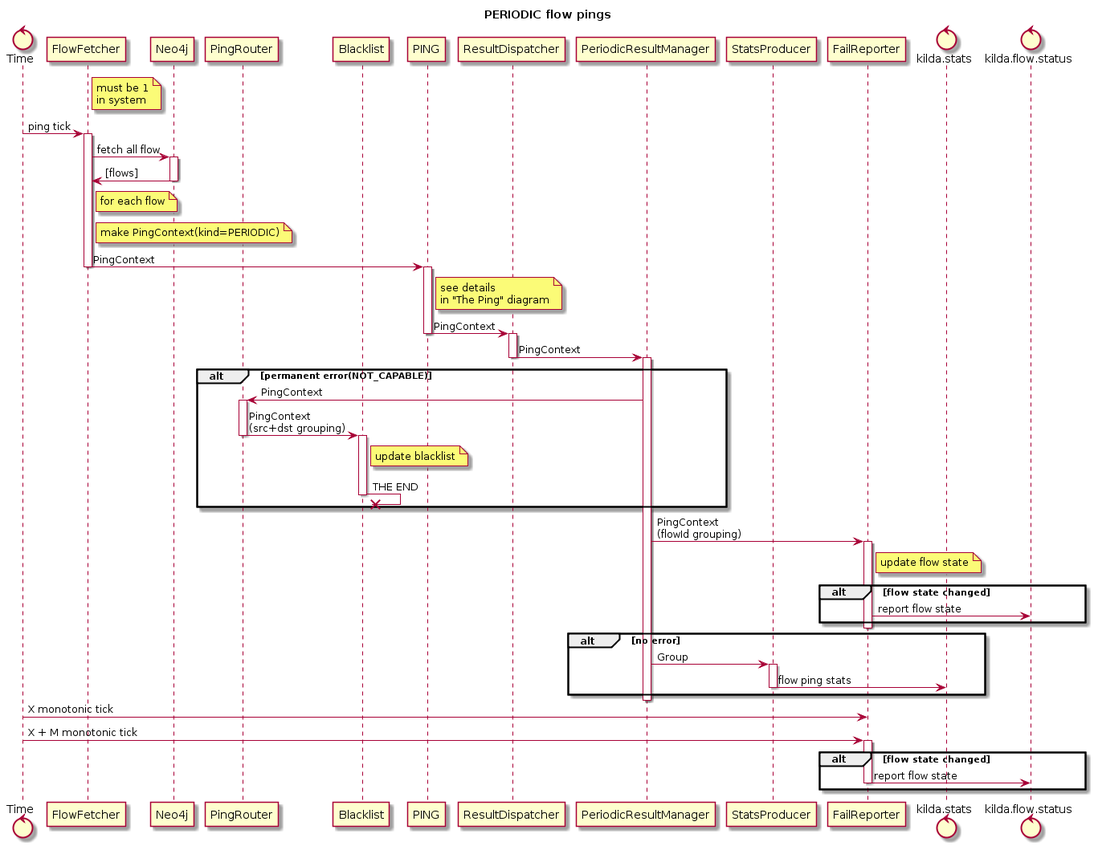
This is docs/design/flow-ping/periodic-ping-sequence-diagram.png from telstra/open-kilda, a PlantUML export, as it was before one commit. Source of this version:
```plantuml
@startuml
title PERIODIC flow pings

control Time

participant FlowFetcher
participant Neo4j

participant PingRouter
participant Blacklist

participant PING

participant ResultDispatcher
participant PeriodicResultManager
participant StatsProducer
participant FailReporter

control kilda.stats
control kilda.flow.status

note right of FlowFetcher: must be 1\nin system

Time -> FlowFetcher: ping tick
activate FlowFetcher
FlowFetcher -> Neo4j: fetch all flow
activate Neo4j
Neo4j -> FlowFetcher: [flows]
deactivate Neo4j

note right of FlowFetcher: for each flow
note right of FlowFetcher: make PingContext(kind=PERIODIC)
FlowFetcher -> PING: PingContext
deactivate FlowFetcher

activate PING
note right of PING: see details\nin "The Ping" diagram
PING -> ResultDispatcher: PingContext
deactivate PING

activate ResultDispatcher
ResultDispatcher -> PeriodicResultManager: PingContext
deactivate ResultDispatcher

activate PeriodicResultManager
alt permanent error(NOT_CAPABLE)
    PeriodicResultManager -> PingRouter: PingContext

    activate PingRouter
    PingRouter -> Blacklist: PingContext\n(src+dst grouping)
    deactivate PingRouter

    activate Blacklist
    note right of Blacklist: update blacklist
    Blacklist ->x Blacklist: THE END
    deactivate Blacklist
end

PeriodicResultManager -> FailReporter: PingContext\n(flowId grouping)
activate FailReporter
note right of FailReporter: update flow state
alt flow state changed
    FailReporter -> kilda.flow.status: report flow state
end
deactivate FailReporter

alt no error
    PeriodicResultManager -> StatsProducer: Group
    activate StatsProducer
    StatsProducer -> kilda.stats: flow ping stats
    deactivate StatsProducer
end
deactivate PeriodicResultManager


Time -> FailReporter: X monotonic tick
Time -> FailReporter: X + M monotonic tick
alt flow state changed
    activate FailReporter
    FailReporter -> kilda.flow.status: report flow state
    deactivate FailReporter
end

@enduml
```
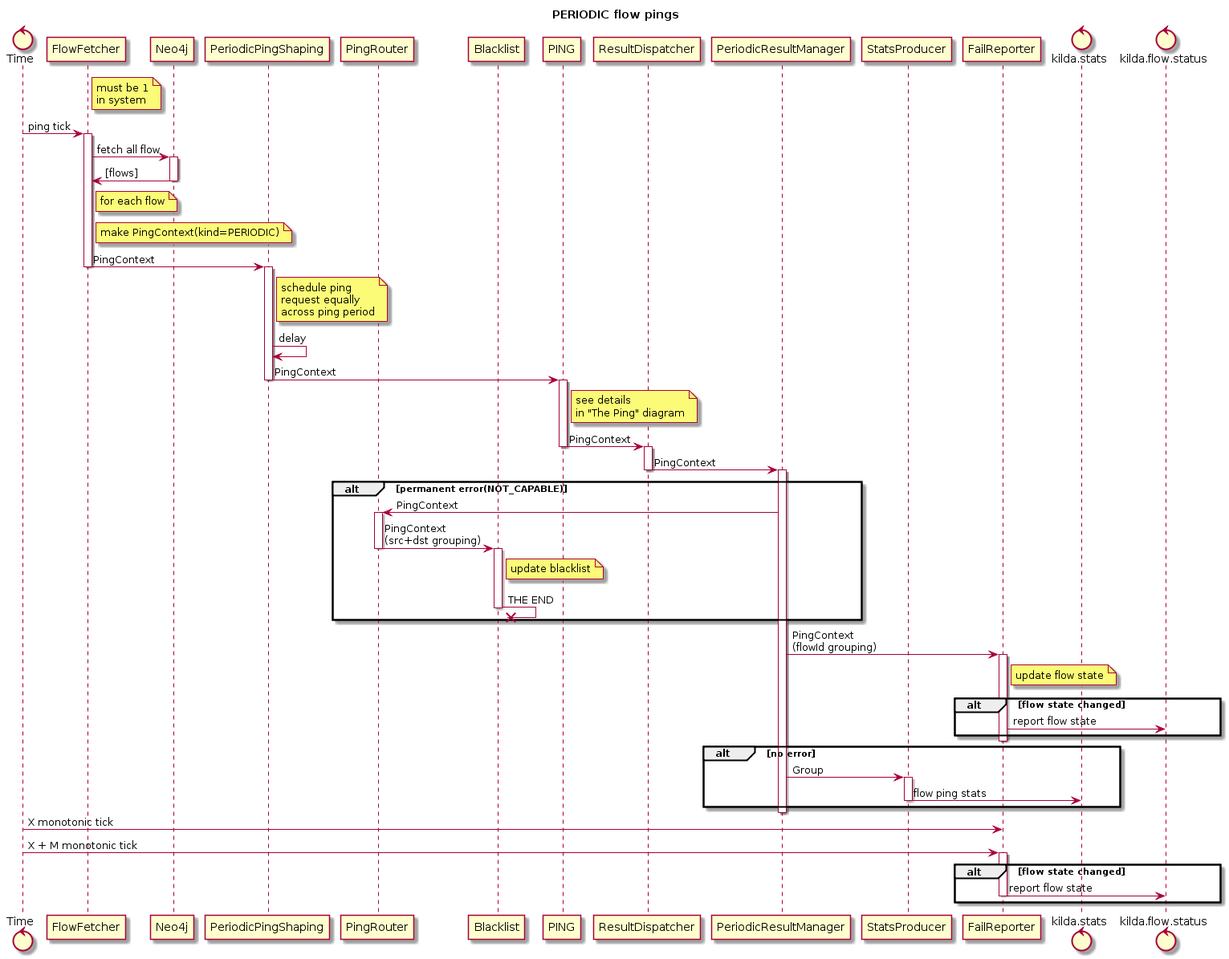
After the commit.

Commit message:
Add ping request shaper

The edit, as a diff of the source:
```diff
@@ -5,6 +5,7 @@
 
 participant FlowFetcher
 participant Neo4j
+participant PeriodicPingShaping
 
 participant PingRouter
 participant Blacklist
@@ -30,8 +31,14 @@
 
 note right of FlowFetcher: for each flow
 note right of FlowFetcher: make PingContext(kind=PERIODIC)
-FlowFetcher -> PING: PingContext
+FlowFetcher -> PeriodicPingShaping: PingContext
 deactivate FlowFetcher
+
+activate PeriodicPingShaping
+note right of PeriodicPingShaping: schedule ping\nrequest equally\nacross ping period
+PeriodicPingShaping -> PeriodicPingShaping: delay
+PeriodicPingShaping -> PING: PingContext
+deactivate PeriodicPingShaping
 
 activate PING
 note right of PING: see details\nin "The Ping" diagram
```
